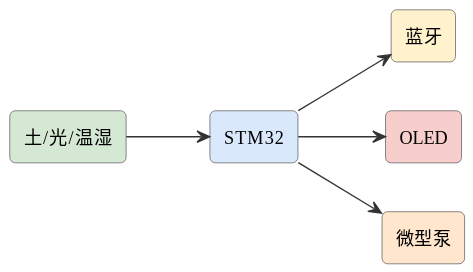
Before: assets/diagrams/ideas-fig34.svg, a diagram exported from PlantUML (mingyi0818/IntelligentMcuCourse).
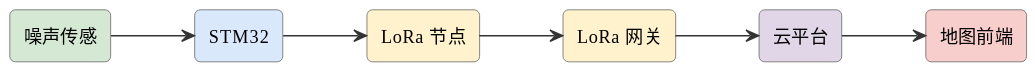
Later version of the same file.

The edit, as a diff of the source:
```diff
@@ -6,13 +6,15 @@
 skinparam arrowFontSize 11
 skinparam arrowColor #333
 left to right direction
-rectangle "土/光/温湿" as s #d5e8d4
+rectangle "噪声传感" as mic #d5e8d4
 rectangle "STM32" as stm #dae8fc
-rectangle "蓝牙" as bt #fff2cc
-rectangle "OLED" as oled #f8cecc
-rectangle "微型泵" as pump #ffe6cc
-s --> stm
-stm --> bt
-stm --> oled
-stm --> pump
+rectangle "LoRa 节点" as lora #fff2cc
+rectangle "LoRa 网关" as gw #fff2cc
+rectangle "云平台" as cloud #e1d5e8
+rectangle "地图前端" as map #f8cecc
+mic --> stm
+stm --> lora
+lora --> gw
+gw --> cloud
+cloud --> map
 @enduml
```
